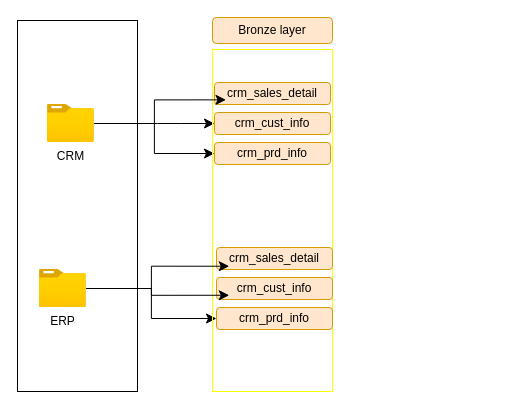
Above: dfd-wh.drawio in Rizkyhnkw/data-warehouse (draw.io), before the change. Source tidied: cells renumbered, new cells numbered last; positions are measured from the earlier drawing's top-left corner, leaving out a move shared by most shapes. Both pictures are drawn from the tidied source at 100%, with x=0, y=0 at pixel (17, 17).
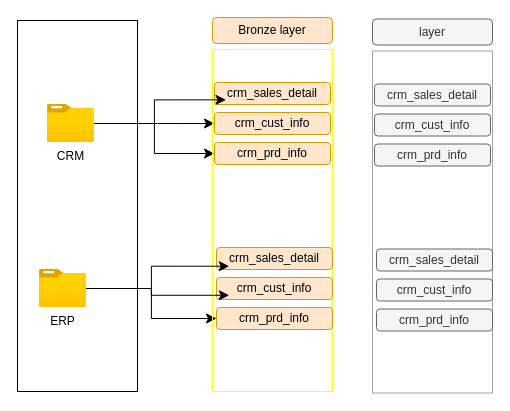
The same diagram, later.

Change to the diagram source:
```diff
@@
+    <mxCell id="19" style="rounded=0;whiteSpace=wrap;html=1;fillColor=none;strokeColor=light-dark(#a4a4a4, #EDEDED);" parent="1" vertex="1">
+      <mxGeometry x="355" y="33.5" width="120" height="342" as="geometry" />
+    </mxCell>
+    <mxCell id="20" value="crm_sales_detail" style="rounded=1;whiteSpace=wrap;html=1;fillColor=#f5f5f5;strokeColor=#666666;fontColor=#333333;" parent="1" vertex="1">
+      <mxGeometry x="357" y="66.5" width="116" height="22" as="geometry" />
+    </mxCell>
+    <mxCell id="21" value="crm_cust_info" style="rounded=1;whiteSpace=wrap;html=1;fillColor=#f5f5f5;strokeColor=#666666;fontColor=#333333;" parent="1" vertex="1">
+      <mxGeometry x="357" y="96.5" width="116" height="22" as="geometry" />
+    </mxCell>
+    <mxCell id="22" value="crm_prd_info" style="rounded=1;whiteSpace=wrap;html=1;fillColor=#f5f5f5;strokeColor=#666666;fontColor=#333333;" parent="1" vertex="1">
+      <mxGeometry x="357" y="126.5" width="116" height="22" as="geometry" />
+    </mxCell>
+    <mxCell id="23" value="crm_sales_detail" style="rounded=1;whiteSpace=wrap;html=1;fillColor=#f5f5f5;strokeColor=#666666;fontColor=#333333;" parent="1" vertex="1">
+      <mxGeometry x="359" y="231.5" width="116" height="22" as="geometry" />
+    </mxCell>
+    <mxCell id="24" value="crm_cust_info" style="rounded=1;whiteSpace=wrap;html=1;fillColor=#f5f5f5;strokeColor=#666666;fontColor=#333333;" parent="1" vertex="1">
+      <mxGeometry x="359" y="261.5" width="116" height="22" as="geometry" />
+    </mxCell>
+    <mxCell id="25" value="crm_prd_info" style="rounded=1;whiteSpace=wrap;html=1;fillColor=#f5f5f5;strokeColor=#666666;fontColor=#333333;" parent="1" vertex="1">
+      <mxGeometry x="359" y="291.5" width="116" height="22" as="geometry" />
+    </mxCell>
+    <mxCell id="26" value="layer" style="rounded=1;whiteSpace=wrap;html=1;fillColor=#f5f5f5;strokeColor=#666666;fontColor=#333333;" parent="1" vertex="1">
+      <mxGeometry x="355" y="1.5" width="120" height="26" as="geometry" />
+    </mxCell>
```
